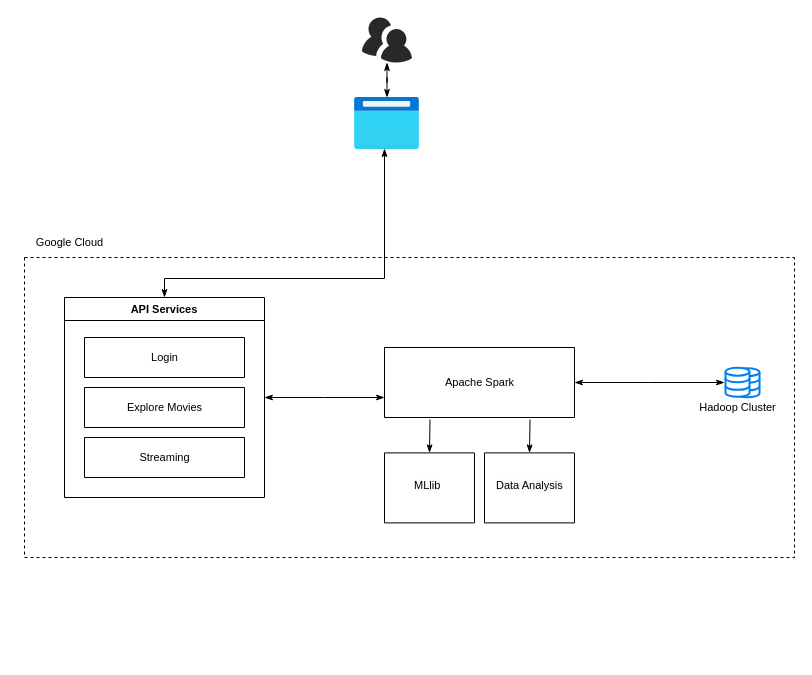
Above: diagrams/end_to_end_architecture.drawio in yycorcino/distributed-system-for-movie-recommendations (draw.io), before the change. Source tidied: cells renumbered, new cells numbered last; positions are measured from the earlier drawing's top-left corner, leaving out a move shared by most shapes. Both pictures are drawn from the tidied source at 100%, with x=0, y=0 at pixel (24, 17).
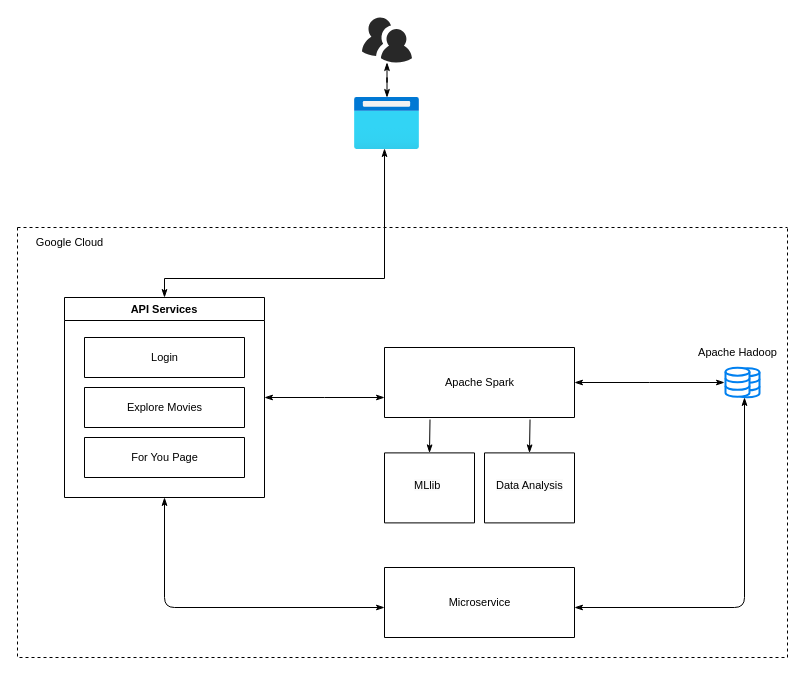
After the change.

Commit message:
improve service routing

Unchanged cells that the change refers to:
```xml
<mxCell id="7" value="API Services" style="swimlane;whiteSpace=wrap;html=1;fontSize=11;" parent="1" vertex="1">
  <mxGeometry x="40" y="280" width="200" height="200" as="geometry" />
</mxCell>
<mxCell id="12" style="swimlane;startSize=0;fontSize=11;" parent="7" vertex="1">
  <mxGeometry x="20" y="140" width="160" height="40" as="geometry" />
</mxCell>
<mxCell id="14" style="swimlane;startSize=0;fontSize=11;" parent="1" vertex="1">
  <mxGeometry x="360" y="330" width="190" height="70" as="geometry" />
</mxCell>
```

Diff of the diagram source:
```diff
@@
+    <mxCell id="28" style="edgeStyle=none;html=1;exitX=0.5;exitY=1;exitDx=0;exitDy=0;endArrow=classicThin;endFill=1;startArrow=classicThin;startFill=1;flowAnimation=1;" parent="1" edge="1" source="7">
+      <mxGeometry relative="1" as="geometry">
+        <mxPoint x="360" y="590" as="targetPoint" />
+        <Array as="points">
+          <mxPoint x="140" y="590" />
+        </Array>
+      </mxGeometry>
+    </mxCell>
@@
-    <mxCell id="13" value="Streaming" style="text;html=1;align=center;verticalAlign=middle;strokeColor=none;fillColor=none;fontSize=11;" parent="12" vertex="1">
-      <mxGeometry x="45" y="5" width="70" height="30" as="geometry" />
+    <mxCell id="13" value="For You Page" style="text;html=1;align=center;verticalAlign=middle;strokeColor=none;fillColor=none;fontSize=11;" parent="12" vertex="1">
+      <mxGeometry x="35" y="5" width="90" height="30" as="geometry" />
     </mxCell>
@@
-    <mxCell id="20" value="Hadoop Cluster" style="text;html=1;align=center;verticalAlign=middle;strokeColor=none;fillColor=none;fontSize=11;" parent="1" vertex="1">
-      <mxGeometry x="663" y="375" width="100" height="30" as="geometry" />
-    </mxCell>
@@
-    <mxCell id="25" style="edgeStyle=orthogonalEdgeStyle;rounded=0;jettySize=auto;html=1;exitX=1;exitY=0.5;exitDx=0;exitDy=0;endArrow=classicThin;endFill=1;startArrow=classicThin;startFill=1;" parent="1" edge="1" source="14">
+    <mxCell id="25" style="edgeStyle=orthogonalEdgeStyle;rounded=0;jettySize=auto;html=1;exitX=1;exitY=0.5;exitDx=0;exitDy=0;endArrow=classicThin;endFill=1;startArrow=classicThin;startFill=1;flowAnimation=1;" parent="1" edge="1" source="14">
       <mxGeometry relative="1" as="geometry">
         <mxPoint x="700" y="365" as="targetPoint" />
       </mxGeometry>
     </mxCell>
     <mxCell id="26" style="swimlane;startSize=0;dashed=1;" parent="1" vertex="1">
-      <mxGeometry y="240" width="770" height="300" as="geometry" />
+      <mxGeometry x="-7" y="210" width="770" height="430" as="geometry" />
     </mxCell>
+    <mxCell id="29" style="swimlane;startSize=0;fontSize=11;" parent="26" vertex="1">
+      <mxGeometry x="367" y="340" width="190" height="70" as="geometry" />
+    </mxCell>
+    <mxCell id="30" value="Microservice" style="text;html=1;align=center;verticalAlign=middle;strokeColor=none;fillColor=none;fontSize=11;" parent="29" vertex="1">
+      <mxGeometry x="50" y="20" width="90" height="30" as="geometry" />
+    </mxCell>
+    <mxCell id="20" value="Apache Hadoop" style="text;html=1;align=center;verticalAlign=middle;strokeColor=none;fillColor=none;fontSize=11;" parent="26" vertex="1">
+      <mxGeometry x="670" y="110" width="100" height="30" as="geometry" />
+    </mxCell>
@@
+    <mxCell id="31" style="edgeStyle=none;html=1;startArrow=classicThin;startFill=1;endArrow=classicThin;endFill=1;flowAnimation=1;" parent="1" edge="1">
+      <mxGeometry relative="1" as="geometry">
+        <mxPoint x="550" y="590" as="sourcePoint" />
+        <mxPoint x="720" y="380" as="targetPoint" />
+        <Array as="points">
+          <mxPoint x="720" y="590" />
+        </Array>
+      </mxGeometry>
+    </mxCell>
```
